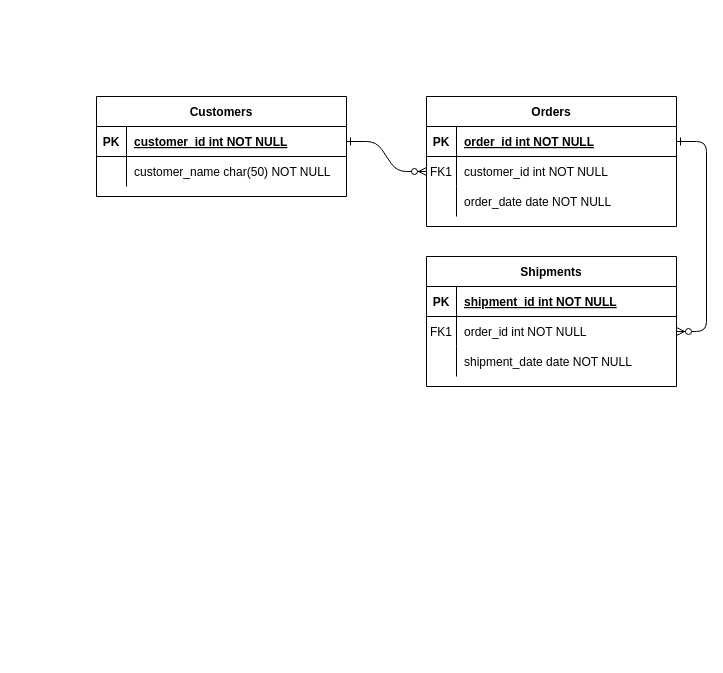
Above: SQL_ERD.drawio in DARAEDom/l6s2_industrial_project (draw.io), before the change. Source tidied: cells renumbered, new cells numbered last; positions are measured from the earlier drawing's top-left corner, leaving out a move shared by most shapes. Both pictures are drawn from the tidied source at 100%, with x=0, y=0 at pixel (96, 96).
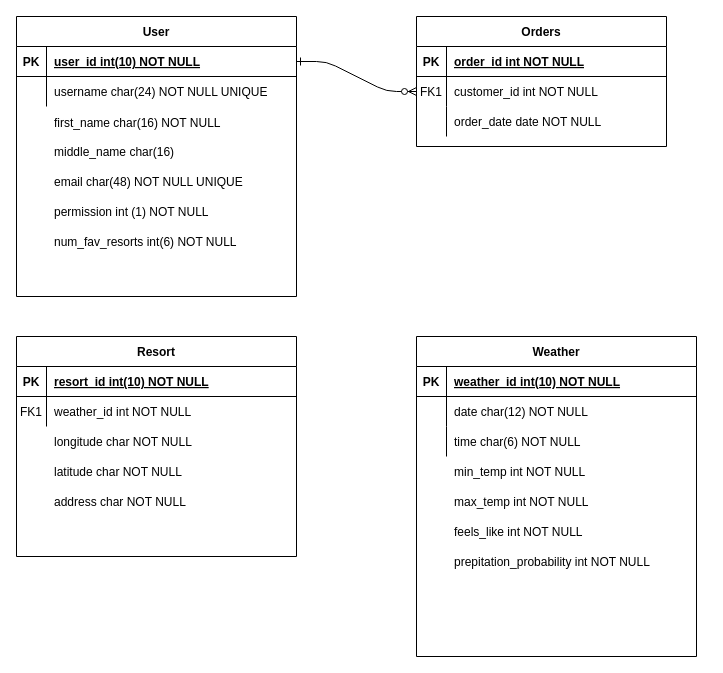
The same page after the edit.

Unchanged cells that the change refers to:
```xml
<mxCell id="5" style="shape=partialRectangle;fillColor=none;points=[[0,0.5],[1,0.5]];portConstraint=eastwest;top=0;left=0;right=0;bottom=1;" parent="4" vertex="1">
  <mxGeometry y="30" width="250" height="30" as="geometry" />
</mxCell>
```

What changed in the source:
```diff
@@
-    <mxCell id="3" style="edgeStyle=entityRelationEdgeStyle;endArrow=ERzeroToMany;startArrow=ERone;endFill=1;startFill=0;" parent="1" edge="1" source="5" target="18">
-      <mxGeometry relative="1" as="geometry" />
-    </mxCell>
     <mxCell id="4" value="Orders" style="shape=table;startSize=30;childLayout=tableLayout;rowLines=0;fontStyle=1;align=center;" parent="1" vertex="1">
-      <mxGeometry x="330" width="250" height="130" as="geometry" />
+      <mxGeometry x="320" y="-80" width="250" height="130" as="geometry" />
     </mxCell>
@@
-    <mxCell id="14" value="Shipments" style="shape=table;startSize=30;childLayout=tableLayout;rowLines=0;fontStyle=1;align=center;" parent="1" vertex="1">
-      <mxGeometry x="330" y="160" width="250" height="130" as="geometry" />
+    <mxCell id="14" value="Weather" style="shape=table;startSize=30;childLayout=tableLayout;rowLines=0;fontStyle=1;align=center;" parent="1" vertex="1">
+      <mxGeometry x="320" y="240" width="280" height="320" as="geometry" />
     </mxCell>
     <mxCell id="15" style="shape=partialRectangle;fillColor=none;top=0;left=0;right=0;bottom=1;" parent="14" vertex="1">
-      <mxGeometry y="30" width="250" height="30" as="geometry" />
+      <mxGeometry y="30" width="280" height="30" as="geometry" />
     </mxCell>
@@
-    <mxCell id="17" value="shipment_id int NOT NULL " style="shape=partialRectangle;overflow=hidden;fillColor=none;top=0;left=0;bottom=0;right=0;align=left;spacingLeft=6;fontStyle=5;" parent="15" vertex="1">
-      <mxGeometry x="30" width="220" height="30" as="geometry" />
+    <mxCell id="17" value="weather_id int(10) NOT NULL" style="shape=partialRectangle;overflow=hidden;fillColor=none;top=0;left=0;bottom=0;right=0;align=left;spacingLeft=6;fontStyle=5;" parent="15" vertex="1">
+      <mxGeometry x="30" width="250" height="30" as="geometry" />
     </mxCell>
     <mxCell id="18" style="shape=partialRectangle;fillColor=none;points=[[0,0.5],[1,0.5]];portConstraint=eastwest;top=0;left=0;right=0;bottom=0;" parent="14" vertex="1">
-      <mxGeometry y="60" width="250" height="30" as="geometry" />
+      <mxGeometry y="60" width="280" height="30" as="geometry" />
     </mxCell>
-    <mxCell id="19" value="FK1" style="shape=partialRectangle;overflow=hidden;fillColor=none;top=0;left=0;bottom=0;right=0;" parent="18" vertex="1">
+    <mxCell id="19" style="shape=partialRectangle;overflow=hidden;fillColor=none;top=0;left=0;bottom=0;right=0;" parent="18" vertex="1">
       <mxGeometry width="30" height="30" as="geometry" />
     </mxCell>
-    <mxCell id="20" value="order_id int NOT NULL" style="shape=partialRectangle;overflow=hidden;fillColor=none;top=0;left=0;bottom=0;right=0;align=left;spacingLeft=6;" parent="18" vertex="1">
-      <mxGeometry x="30" width="220" height="30" as="geometry" />
+    <mxCell id="20" value="date char(12) NOT NULL" style="shape=partialRectangle;overflow=hidden;fillColor=none;top=0;left=0;bottom=0;right=0;align=left;spacingLeft=6;" parent="18" vertex="1">
+      <mxGeometry x="30" width="250" height="30" as="geometry" />
     </mxCell>
     <mxCell id="21" style="shape=partialRectangle;fillColor=none;top=0;left=0;right=0;bottom=0;" parent="14" vertex="1">
-      <mxGeometry y="90" width="250" height="30" as="geometry" />
+      <mxGeometry y="90" width="280" height="30" as="geometry" />
     </mxCell>
@@
-    <mxCell id="23" value="shipment_date date NOT NULL" style="shape=partialRectangle;overflow=hidden;fillColor=none;top=0;left=0;bottom=0;right=0;align=left;spacingLeft=6;" parent="21" vertex="1">
-      <mxGeometry x="30" width="220" height="30" as="geometry" />
+    <mxCell id="23" value="time char(6) NOT NULL" style="shape=partialRectangle;overflow=hidden;fillColor=none;top=0;left=0;bottom=0;right=0;align=left;spacingLeft=6;" parent="21" vertex="1">
+      <mxGeometry x="30" width="250" height="30" as="geometry" />
     </mxCell>
-    <mxCell id="24" value="Customers" style="shape=table;startSize=30;childLayout=tableLayout;rowLines=0;fontStyle=1;align=center;" parent="1" vertex="1">
-      <mxGeometry width="250" height="100" as="geometry" />
+    <mxCell id="24" value="User" style="shape=table;startSize=30;childLayout=tableLayout;rowLines=0;fontStyle=1;align=center;" parent="1" vertex="1">
+      <mxGeometry x="-80" y="-80" width="280" height="280" as="geometry" />
     </mxCell>
     <mxCell id="25" style="shape=partialRectangle;fillColor=none;points=[[0,0.5],[1,0.5]];portConstraint=eastwest;top=0;left=0;right=0;bottom=1;" parent="24" vertex="1">
-      <mxGeometry y="30" width="250" height="30" as="geometry" />
+      <mxGeometry y="30" width="280" height="30" as="geometry" />
     </mxCell>
@@
-    <mxCell id="27" value="customer_id int NOT NULL " style="shape=partialRectangle;overflow=hidden;fillColor=none;top=0;left=0;bottom=0;right=0;align=left;spacingLeft=6;fontStyle=5;" parent="25" vertex="1">
-      <mxGeometry x="30" width="220" height="30" as="geometry" />
+    <mxCell id="27" value="user_id int(10) NOT NULL" style="shape=partialRectangle;overflow=hidden;fillColor=none;top=0;left=0;bottom=0;right=0;align=left;spacingLeft=6;fontStyle=5;" parent="25" vertex="1">
+      <mxGeometry x="30" width="250" height="30" as="geometry" />
     </mxCell>
     <mxCell id="28" style="shape=partialRectangle;fillColor=none;top=0;left=0;right=0;bottom=0;" parent="24" vertex="1">
-      <mxGeometry y="60" width="250" height="30" as="geometry" />
+      <mxGeometry y="60" width="280" height="30" as="geometry" />
     </mxCell>
@@
-    <mxCell id="30" value="customer_name char(50) NOT NULL" style="shape=partialRectangle;overflow=hidden;fillColor=none;top=0;left=0;bottom=0;right=0;align=left;spacingLeft=6;" parent="28" vertex="1">
-      <mxGeometry x="30" width="220" height="30" as="geometry" />
+    <mxCell id="30" value="username char(24) NOT NULL UNIQUE" style="shape=partialRectangle;overflow=hidden;fillColor=none;top=0;left=0;bottom=0;right=0;align=left;spacingLeft=6;" parent="28" vertex="1">
+      <mxGeometry x="30" width="250" height="30" as="geometry" />
     </mxCell>
+    <mxCell id="31" value="Resort" style="shape=table;startSize=30;childLayout=tableLayout;rowLines=0;fontStyle=1;align=center;" parent="1" vertex="1">
+      <mxGeometry x="-80" y="240" width="280" height="220" as="geometry" />
+    </mxCell>
+    <mxCell id="32" style="shape=partialRectangle;fillColor=none;top=0;left=0;right=0;bottom=1;" parent="31" vertex="1">
+      <mxGeometry y="30" width="280" height="30" as="geometry" />
+    </mxCell>
+    <mxCell id="33" value="PK" style="shape=partialRectangle;overflow=hidden;fillColor=none;top=0;left=0;bottom=0;right=0;fontStyle=1;" parent="32" vertex="1">
+      <mxGeometry width="30" height="30" as="geometry" />
+    </mxCell>
+    <mxCell id="34" value="resort_id int(10) NOT NULL" style="shape=partialRectangle;overflow=hidden;fillColor=none;top=0;left=0;bottom=0;right=0;align=left;spacingLeft=6;fontStyle=5;" parent="32" vertex="1">
+      <mxGeometry x="30" width="250" height="30" as="geometry" />
+    </mxCell>
+    <mxCell id="35" style="shape=partialRectangle;fillColor=none;top=0;left=0;right=0;bottom=0;" parent="31" vertex="1">
+      <mxGeometry y="60" width="280" height="30" as="geometry" />
+    </mxCell>
+    <mxCell id="36" value="FK1" style="shape=partialRectangle;overflow=hidden;fillColor=none;top=0;left=0;bottom=0;right=0;" parent="35" vertex="1">
+      <mxGeometry width="30" height="30" as="geometry" />
+    </mxCell>
+    <mxCell id="37" value="weather_id int NOT NULL" style="shape=partialRectangle;overflow=hidden;fillColor=none;top=0;left=0;bottom=0;right=0;align=left;spacingLeft=6;" parent="35" vertex="1">
+      <mxGeometry x="30" width="250" height="30" as="geometry" />
+    </mxCell>
+    <mxCell id="38" value="first_name char(16) NOT NULL" style="shape=partialRectangle;overflow=hidden;fillColor=none;top=0;left=0;bottom=0;right=0;align=left;spacingLeft=6;" parent="1" vertex="1">
+      <mxGeometry x="-50" y="11" width="220" height="30" as="geometry" />
+    </mxCell>
+    <mxCell id="39" value="middle_name char(16)" style="shape=partialRectangle;overflow=hidden;fillColor=none;top=0;left=0;bottom=0;right=0;align=left;spacingLeft=6;" parent="1" vertex="1">
+      <mxGeometry x="-50" y="40" width="220" height="30" as="geometry" />
+    </mxCell>
+    <mxCell id="40" value="email char(48) NOT NULL UNIQUE" style="shape=partialRectangle;overflow=hidden;fillColor=none;top=0;left=0;bottom=0;right=0;align=left;spacingLeft=6;" parent="1" vertex="1">
+      <mxGeometry x="-50" y="70" width="220" height="30" as="geometry" />
+    </mxCell>
+    <mxCell id="41" style="shape=partialRectangle;overflow=hidden;fillColor=none;top=0;left=0;bottom=0;right=0;" parent="1" vertex="1">
+      <mxGeometry x="-80" y="10" width="30" height="30" as="geometry" />
+    </mxCell>
+    <mxCell id="42" style="shape=partialRectangle;overflow=hidden;fillColor=none;top=0;left=0;bottom=0;right=0;" parent="1" vertex="1">
+      <mxGeometry x="-80" y="40" width="30" height="30" as="geometry" />
+    </mxCell>
+    <mxCell id="43" style="shape=partialRectangle;overflow=hidden;fillColor=none;top=0;left=0;bottom=0;right=0;" parent="1" vertex="1">
+      <mxGeometry x="-80" y="50" width="30" height="30" as="geometry" />
+    </mxCell>
+    <mxCell id="44" style="shape=partialRectangle;overflow=hidden;fillColor=none;top=0;left=0;bottom=0;right=0;" parent="1" vertex="1">
+      <mxGeometry x="-80" y="70" width="30" height="30" as="geometry" />
+    </mxCell>
+    <mxCell id="45" value="permission int (1) NOT NULL" style="shape=partialRectangle;overflow=hidden;fillColor=none;top=0;left=0;bottom=0;right=0;align=left;spacingLeft=6;" parent="1" vertex="1">
+      <mxGeometry x="-50" y="100" width="220" height="30" as="geometry" />
+    </mxCell>
+    <mxCell id="46" value="num_fav_resorts int(6) NOT NULL" style="shape=partialRectangle;overflow=hidden;fillColor=none;top=0;left=0;bottom=0;right=0;align=left;spacingLeft=6;" parent="1" vertex="1">
+      <mxGeometry x="-50" y="130" width="220" height="30" as="geometry" />
+    </mxCell>
+    <mxCell id="47" style="shape=partialRectangle;overflow=hidden;fillColor=none;top=0;left=0;bottom=0;right=0;" parent="1" vertex="1">
+      <mxGeometry x="-80" y="100" width="30" height="30" as="geometry" />
+    </mxCell>
+    <mxCell id="48" style="shape=partialRectangle;overflow=hidden;fillColor=none;top=0;left=0;bottom=0;right=0;" parent="1" vertex="1">
+      <mxGeometry x="-80" y="130" width="30" height="30" as="geometry" />
+    </mxCell>
+    <mxCell id="49" style="shape=partialRectangle;overflow=hidden;fillColor=none;top=0;left=0;bottom=0;right=0;" parent="1" vertex="1">
+      <mxGeometry x="-80" y="160" width="30" height="30" as="geometry" />
+    </mxCell>
+    <mxCell id="50" value="longitude char NOT NULL" style="shape=partialRectangle;overflow=hidden;fillColor=none;top=0;left=0;bottom=0;right=0;align=left;spacingLeft=6;" parent="1" vertex="1">
+      <mxGeometry x="-50" y="330" width="250" height="30" as="geometry" />
+    </mxCell>
+    <mxCell id="51" value="latitude char NOT NULL" style="shape=partialRectangle;overflow=hidden;fillColor=none;top=0;left=0;bottom=0;right=0;align=left;spacingLeft=6;" parent="1" vertex="1">
+      <mxGeometry x="-50" y="360" width="250" height="30" as="geometry" />
+    </mxCell>
+    <mxCell id="52" value="address char NOT NULL" style="shape=partialRectangle;overflow=hidden;fillColor=none;top=0;left=0;bottom=0;right=0;align=left;spacingLeft=6;" parent="1" vertex="1">
+      <mxGeometry x="-50" y="390" width="250" height="30" as="geometry" />
+    </mxCell>
+    <mxCell id="53" value="min_temp int NOT NULL" style="shape=partialRectangle;overflow=hidden;fillColor=none;top=0;left=0;bottom=0;right=0;align=left;spacingLeft=6;" parent="1" vertex="1">
+      <mxGeometry x="350" y="360" width="250" height="30" as="geometry" />
+    </mxCell>
+    <mxCell id="54" value="max_temp int NOT NULL" style="shape=partialRectangle;overflow=hidden;fillColor=none;top=0;left=0;bottom=0;right=0;align=left;spacingLeft=6;" parent="1" vertex="1">
+      <mxGeometry x="350" y="390" width="250" height="30" as="geometry" />
+    </mxCell>
+    <mxCell id="55" value="feels_like int NOT NULL" style="shape=partialRectangle;overflow=hidden;fillColor=none;top=0;left=0;bottom=0;right=0;align=left;spacingLeft=6;" parent="1" vertex="1">
+      <mxGeometry x="350" y="420" width="250" height="30" as="geometry" />
+    </mxCell>
+    <mxCell id="56" value="prepitation_probability int NOT NULL" style="shape=partialRectangle;overflow=hidden;fillColor=none;top=0;left=0;bottom=0;right=0;align=left;spacingLeft=6;" parent="1" vertex="1">
+      <mxGeometry x="350" y="450" width="250" height="30" as="geometry" />
+    </mxCell>
```
